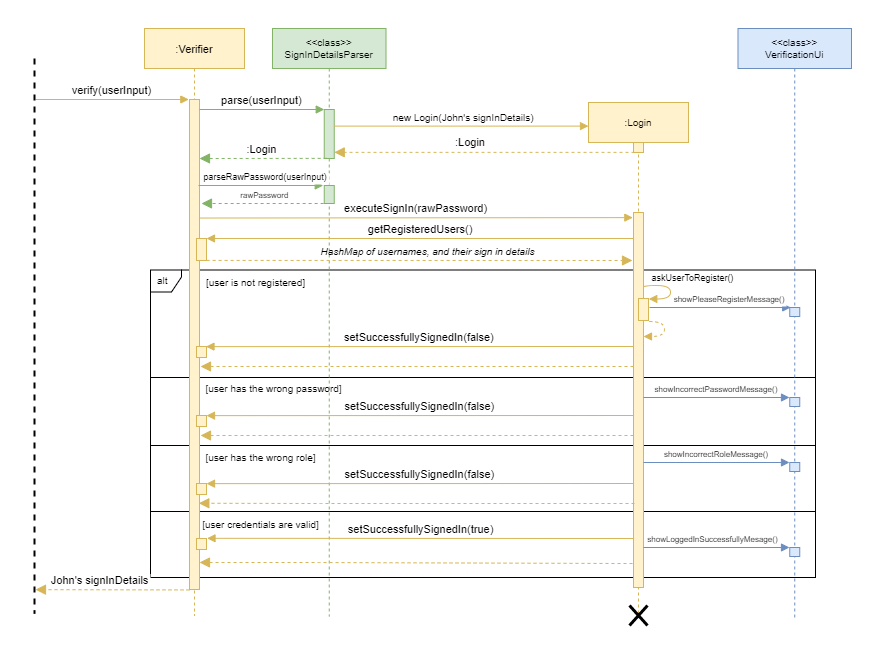
theeugenechong/tp keeps this draw.io diagram as docs/developerGuideDiagrams/loginSequenceDiagram.png. Above is the earlier version. Source tidied: cells renumbered, new cells last; positions are measured from the earlier drawing's top-left corner, leaving out a move shared by most shapes.
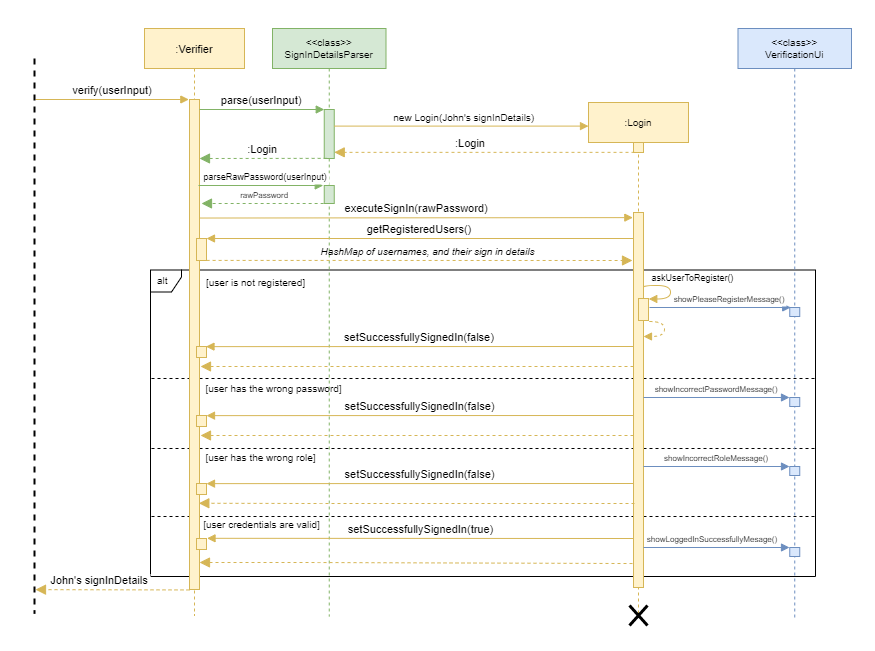
After the commit.

Change to the diagram source:
```diff
@@ -3,20 +3,41 @@
     <mxCell id="0" />
     <mxCell id="1" parent="0" />
     <mxCell id="2" style="rounded=0;whiteSpace=wrap;html=1;fontSize=10;strokeColor=#FFFFFF;" parent="1" vertex="1">
-      <mxGeometry y="-0.5" width="881" height="649.5" as="geometry" />
+      <mxGeometry y="-0.5" width="874" height="649.5" as="geometry" />
     </mxCell>
-    <mxCell id="3" style="rounded=0;whiteSpace=wrap;html=1;fontSize=10;" parent="1" vertex="1">
-      <mxGeometry x="150" y="510" width="665" height="66" as="geometry" />
-    </mxCell>
-    <mxCell id="4" style="rounded=0;whiteSpace=wrap;html=1;fontSize=10;" parent="1" vertex="1">
-      <mxGeometry x="150" y="444" width="665" height="66" as="geometry" />
-    </mxCell>
-    <mxCell id="5" style="rounded=0;whiteSpace=wrap;html=1;fontSize=10;" parent="1" vertex="1">
-      <mxGeometry x="150" y="376" width="665" height="68" as="geometry" />
-    </mxCell>
     <mxCell id="6" value="alt" style="shape=umlFrame;whiteSpace=wrap;html=1;width=31;height=22;boundedLbl=1;verticalAlign=middle;align=left;spacingLeft=5;fontSize=10;" parent="1" vertex="1">
-      <mxGeometry x="150" y="268.5" width="665" height="107.5" as="geometry" />
+      <mxGeometry x="150" y="268.5" width="665" height="306.5" as="geometry" />
     </mxCell>
+    <mxCell id="60" style="endArrow=none;dashed=1;html=1;rounded=0;edgeStyle=orthogonalEdgeStyle;" parent="1" edge="1">
+      <mxGeometry relative="1" as="geometry">
+        <mxPoint x="151" y="515" as="sourcePoint" />
+        <mxPoint x="814" y="515" as="targetPoint" />
+        <Array as="points">
+          <mxPoint x="292" y="515" />
+          <mxPoint x="292" y="515" />
+        </Array>
+      </mxGeometry>
+    </mxCell>
+    <mxCell id="61" style="endArrow=none;dashed=1;html=1;rounded=0;edgeStyle=orthogonalEdgeStyle;" parent="1" edge="1">
+      <mxGeometry relative="1" as="geometry">
+        <mxPoint x="151" y="447" as="sourcePoint" />
+        <mxPoint x="814" y="447" as="targetPoint" />
+        <Array as="points">
+          <mxPoint x="292" y="447" />
+          <mxPoint x="292" y="447" />
+        </Array>
+      </mxGeometry>
+    </mxCell>
+    <mxCell id="62" style="endArrow=none;dashed=1;html=1;rounded=0;edgeStyle=orthogonalEdgeStyle;" parent="1" edge="1">
+      <mxGeometry relative="1" as="geometry">
+        <mxPoint x="151" y="377" as="sourcePoint" />
+        <mxPoint x="814" y="377" as="targetPoint" />
+        <Array as="points">
+          <mxPoint x="292" y="377" />
+          <mxPoint x="292" y="377" />
+        </Array>
+      </mxGeometry>
+    </mxCell>
     <mxCell id="7" value=":Verifier" style="shape=umlLifeline;perimeter=lifelinePerimeter;rounded=0;shadow=0;strokeWidth=1;fontFamily=Helvetica;fontSize=11;fillColor=#fff2cc;strokeColor=#d6b656;" parent="1" vertex="1">
       <mxGeometry x="144" y="27" width="100" height="587" as="geometry" />
     </mxCell>
@@ -59,7 +80,7 @@
       <mxGeometry x="0.01" relative="1" as="geometry" />
     </mxCell>
     <mxCell id="20" value="&lt;div style=&quot;text-align: center&quot;&gt;&lt;font size=&quot;1&quot;&gt;&lt;span style=&quot;background-color: rgb(255 , 255 , 255) ; font-size: 11px&quot;&gt;:Login&lt;/span&gt;&lt;/font&gt;&lt;/div&gt;" style="text;whiteSpace=wrap;html=1;fontSize=9;fontFamily=Helvetica;" parent="1" vertex="1">
-      <mxGeometry x="453" y="128" width="34" height="26" as="geometry" />
+      <mxGeometry x="453" y="129" width="34" height="26" as="geometry" />
     </mxCell>
     <mxCell id="21" style="shape=umlDestroy;whiteSpace=wrap;html=1;strokeWidth=3;fontFamily=Helvetica;" parent="1" vertex="1">
       <mxGeometry x="629" y="604" width="18" height="20" as="geometry" />
@@ -181,7 +202,7 @@
       <mxGeometry x="51.8" y="369" width="10" height="9" as="geometry" />
     </mxCell>
     <mxCell id="45" style="perimeter=orthogonalPerimeter;rounded=0;shadow=0;strokeWidth=1;fontFamily=Helvetica;fontSize=11;fillColor=#dae8fc;strokeColor=#6c8ebf;" parent="42" vertex="1">
-      <mxGeometry x="51.8" y="434" width="10" height="9" as="geometry" />
+      <mxGeometry x="51.8" y="438" width="10" height="9" as="geometry" />
     </mxCell>
     <mxCell id="46" style="perimeter=orthogonalPerimeter;rounded=0;shadow=0;strokeWidth=1;fontFamily=Helvetica;fontSize=11;fillColor=#dae8fc;strokeColor=#6c8ebf;" parent="42" vertex="1">
       <mxGeometry x="51.8" y="519" width="10" height="9" as="geometry" />
@@ -200,8 +221,8 @@
     </mxCell>
     <mxCell id="49" value="showIncorrectRoleMessage()" style="verticalAlign=bottom;endArrow=block;shadow=0;strokeWidth=1;fontFamily=Helvetica;fontSize=8;fillColor=#dae8fc;strokeColor=#6c8ebf;" parent="1" edge="1">
       <mxGeometry relative="1" as="geometry">
-        <mxPoint x="643" y="461" as="sourcePoint" />
-        <mxPoint x="789" y="461" as="targetPoint" />
+        <mxPoint x="643" y="465" as="sourcePoint" />
+        <mxPoint x="789" y="465" as="targetPoint" />
       </mxGeometry>
     </mxCell>
     <mxCell id="50" value="setSuccessfullySignedIn(true)" style="verticalAlign=bottom;endArrow=block;shadow=0;strokeWidth=1;fontFamily=Helvetica;fontSize=11;fillColor=#fff2cc;strokeColor=#d6b656;entryX=1.052;entryY=-0.009;entryDx=0;entryDy=0;entryPerimeter=0;" parent="1" edge="1">
```
